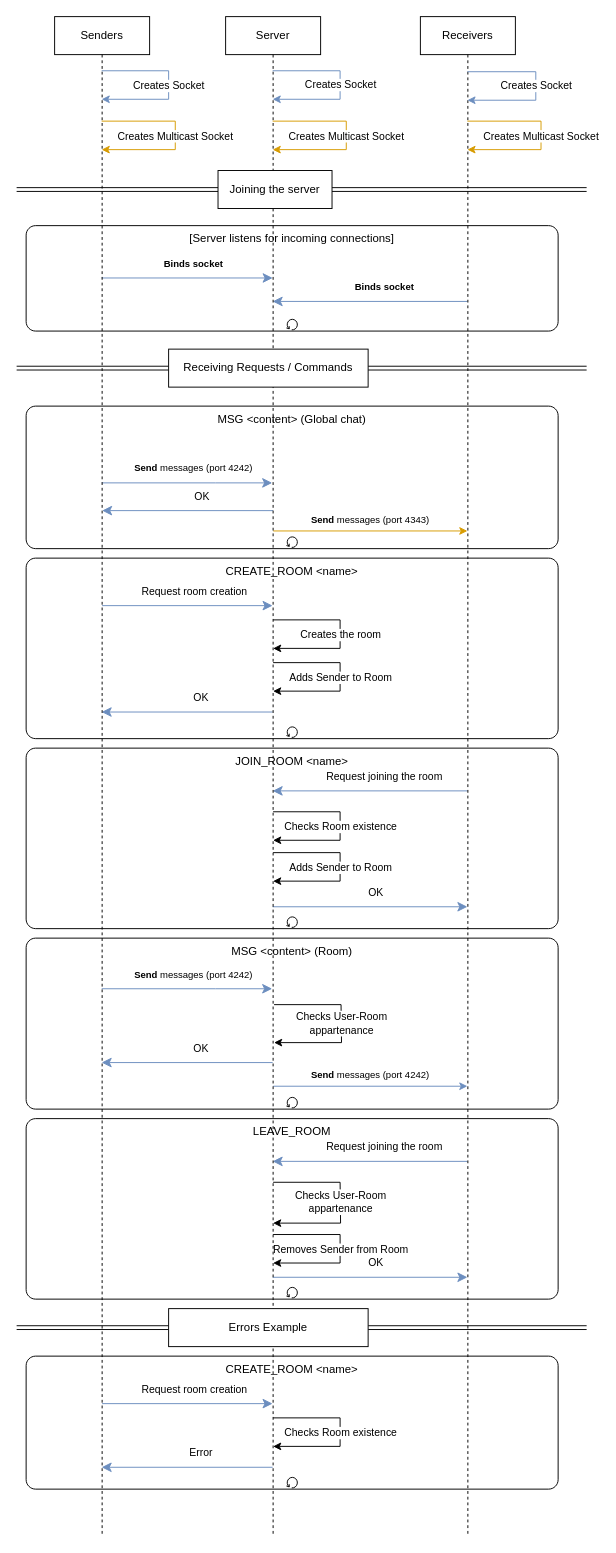
The draw.io diagram Diagrams/FunctionalExemple.drawio in Bananonymous/DAI-Labo2, before the edit. Source tidied: cells renumbered, new cells numbered last; positions are measured from the earlier drawing's top-left corner, leaving out a move shared by most shapes. Both pictures are drawn from the tidied source at 95%, with x=0, y=0 at pixel (16, 16).
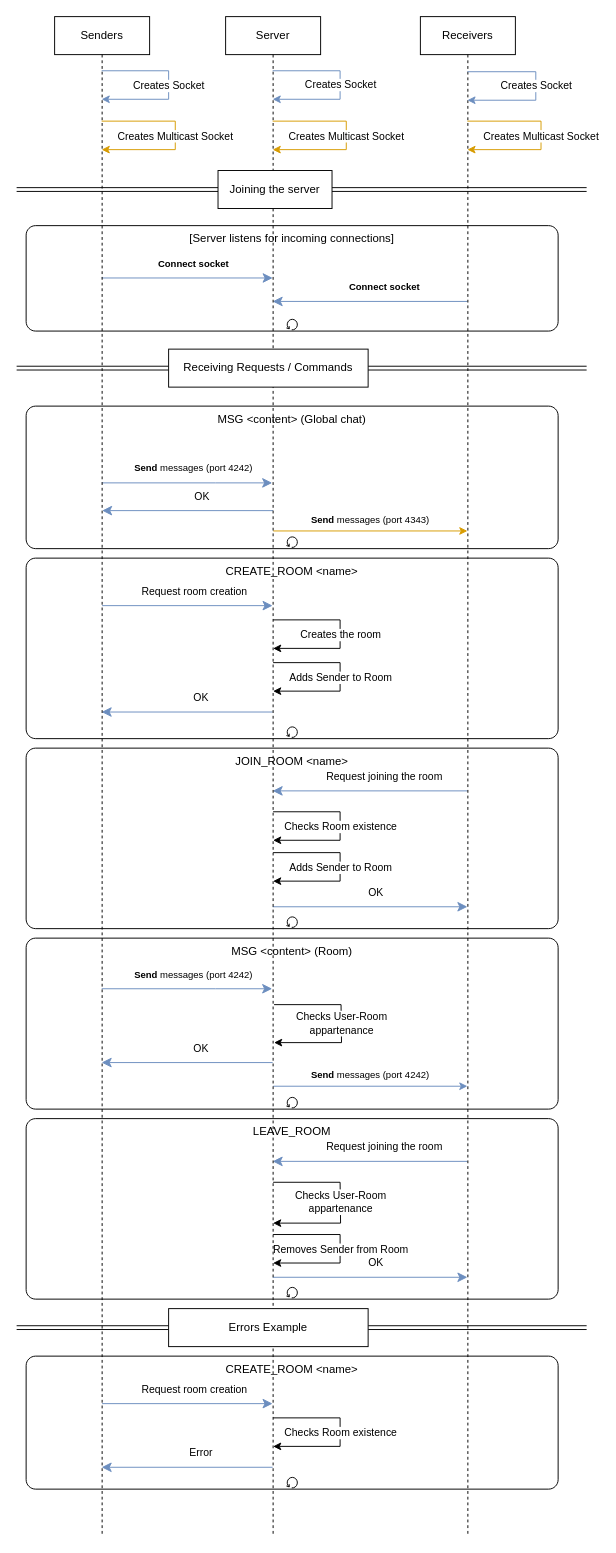
The same diagram, later.

The change refers to these unchanged cells:
```xml
<mxCell id="51" style="edgeStyle=segmentEdgeStyle;endArrow=classic;html=1;curved=0;rounded=0;endSize=8;startSize=8;sourcePerimeterSpacing=0;targetPerimeterSpacing=0;fontColor=#007FFF;fillColor=#dae8fc;strokeColor=#6c8ebf;" parent="49" edge="1">
  <mxGeometry relative="1" as="geometry">
    <mxPoint x="79.5" y="55.1" as="sourcePoint" />
    <mxPoint x="259.5" y="55.1" as="targetPoint" />
  </mxGeometry>
</mxCell>
<mxCell id="53" value="&lt;div&gt;&lt;br&gt;&lt;/div&gt;&lt;div&gt;&lt;br&gt;&lt;/div&gt;" style="edgeStyle=segmentEdgeStyle;endArrow=classic;html=1;curved=0;rounded=0;endSize=8;startSize=8;sourcePerimeterSpacing=0;targetPerimeterSpacing=0;fontColor=#007FFF;fillColor=#dae8fc;strokeColor=#6c8ebf;" parent="49" edge="1">
  <mxGeometry relative="1" as="geometry">
    <mxPoint x="464.5" y="79.8" as="sourcePoint" />
    <mxPoint x="259.5" y="79.8" as="targetPoint" />
  </mxGeometry>
</mxCell>
```

What changed in the source:
```diff
@@
-    <mxCell id="52" value="&lt;span style=&quot;font-size: 10px;&quot;&gt;&lt;b&gt;Binds socket&lt;/b&gt;&lt;/span&gt;" style="edgeLabel;html=1;align=center;verticalAlign=middle;" parent="51" vertex="1">
+    <mxCell id="52" value="&lt;span style=&quot;font-size: 10px;&quot;&gt;&lt;b&gt;Connect socket&lt;/b&gt;&lt;/span&gt;" style="edgeLabel;html=1;align=center;verticalAlign=middle;" parent="51" vertex="1">
       <mxGeometry x="-0.04" relative="1" as="geometry">
         <mxPoint x="10" y="-16" as="offset" />
       </mxGeometry>
     </mxCell>
@@
-    <mxCell id="54" value="&lt;span style=&quot;font-size: 10px;&quot;&gt;&lt;b&gt;Binds socket&lt;/b&gt;&lt;/span&gt;" style="edgeLabel;html=1;align=center;verticalAlign=middle;" parent="53" vertex="1">
+    <mxCell id="54" value="&lt;span style=&quot;font-size: 10px;&quot;&gt;&lt;b&gt;Connect socket&lt;/b&gt;&lt;/span&gt;" style="edgeLabel;html=1;align=center;verticalAlign=middle;" parent="53" vertex="1">
       <mxGeometry x="-0.04" relative="1" as="geometry">
         <mxPoint x="10" y="-16" as="offset" />
       </mxGeometry>
     </mxCell>
```
